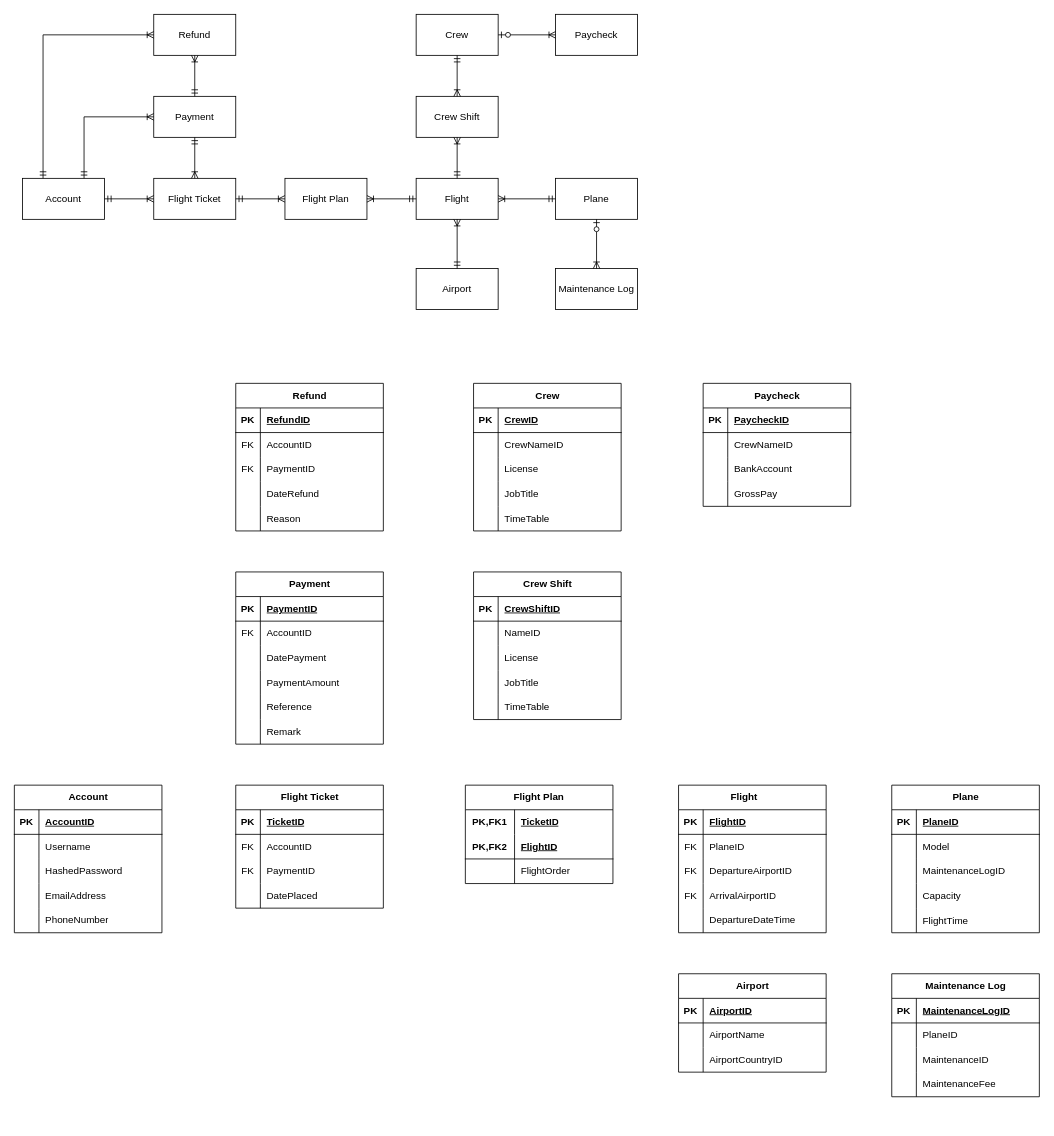
Above: erd_big.drawio in Poleric/database-design-assignment (draw.io), before the change. Source tidied: cells renumbered, new cells numbered last; positions are measured from the earlier drawing's top-left corner, leaving out a move shared by most shapes. Both pictures are drawn from the tidied source at 82%, with x=0, y=0 at pixel (14, 14).
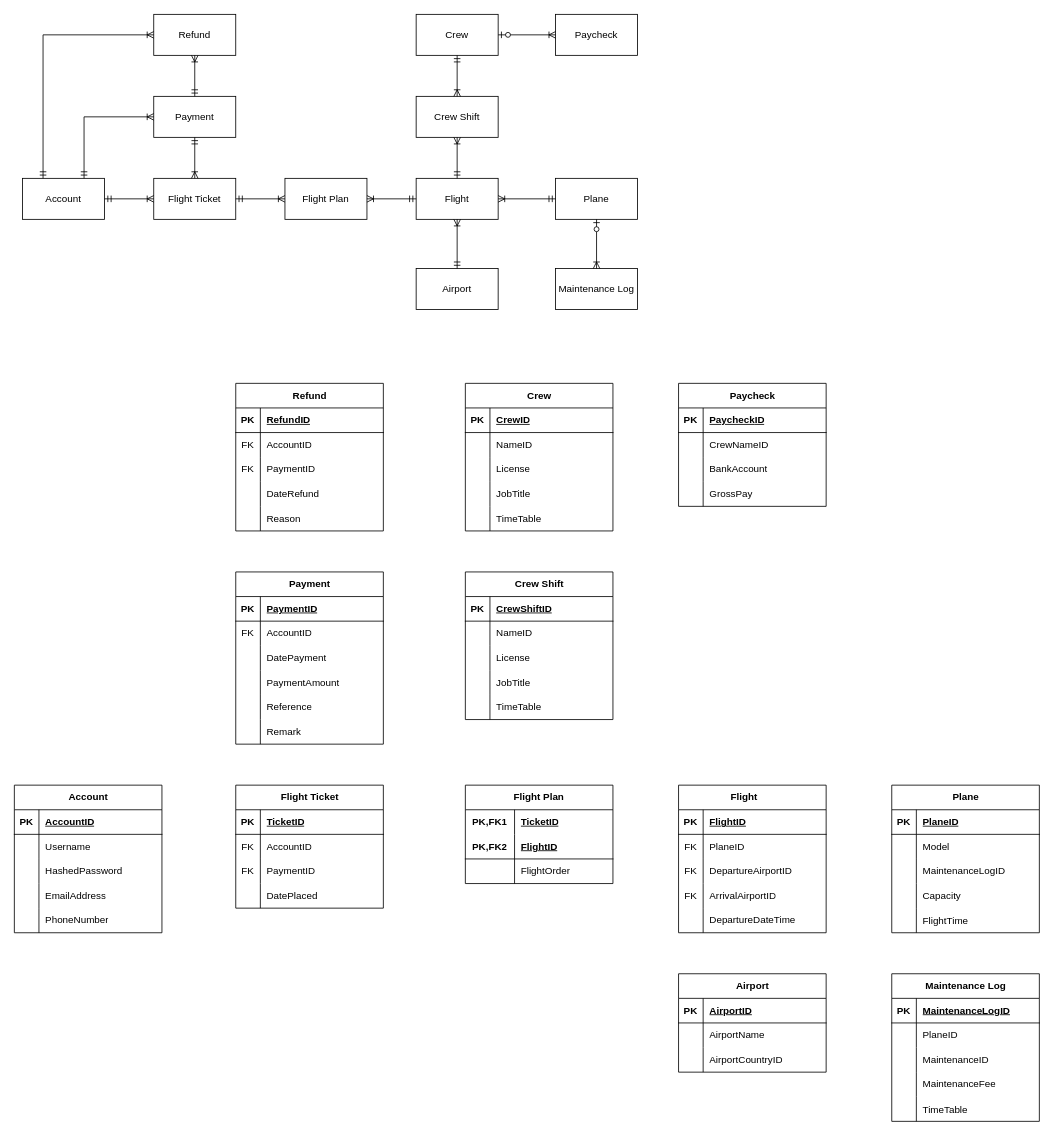
The same diagram, later.

Unchanged cells that the change refers to:
```xml
<mxCell id="147" style="shape=tableRow;horizontal=0;startSize=0;swimlaneHead=0;swimlaneBody=0;fillColor=none;top=0;left=0;right=0;bottom=0;" parent="143" vertex="1">
  <mxGeometry y="60" width="180" height="30" as="geometry" />
</mxCell>
```

What changed in the source:
```diff
@@
     <mxCell id="127" value="Crew Shift" style="shape=table;startSize=30;childLayout=tableLayout;rowLines=0;fontStyle=1;align=center;html=1;" parent="1" vertex="1">
-      <mxGeometry x="560" y="680" width="180" height="180" as="geometry" />
+      <mxGeometry x="550" y="680" width="180" height="180" as="geometry" />
     </mxCell>
@@
     <mxCell id="143" value="Crew" style="shape=table;startSize=30;childLayout=tableLayout;rowLines=0;fontStyle=1;align=center;html=1;" parent="1" vertex="1">
-      <mxGeometry x="560" y="450" width="180" height="180" as="geometry" />
+      <mxGeometry x="550" y="450" width="180" height="180" as="geometry" />
     </mxCell>
@@
-    <mxCell id="149" value="CrewNameID" style="shape=partialRectangle;fillColor=none;top=0;left=0;bottom=0;right=0;align=left;spacingLeft=6;overflow=hidden;whiteSpace=wrap;html=1;" parent="147" vertex="1">
+    <mxCell id="149" value="NameID" style="shape=partialRectangle;fillColor=none;top=0;left=0;bottom=0;right=0;align=left;spacingLeft=6;overflow=hidden;whiteSpace=wrap;html=1;" parent="147" vertex="1">
       <mxGeometry x="30" width="150" height="30" as="geometry" />
     </mxCell>
@@
     <mxCell id="159" value="Paycheck" style="shape=table;startSize=30;childLayout=tableLayout;rowLines=0;fontStyle=1;align=center;html=1;" parent="1" vertex="1">
-      <mxGeometry x="840" y="450" width="180" height="150" as="geometry" />
+      <mxGeometry x="810" y="450" width="180" height="150" as="geometry" />
     </mxCell>
@@
     <mxCell id="188" value="Maintenance Log" style="shape=table;startSize=30;childLayout=tableLayout;rowLines=0;fontStyle=1;align=center;html=1;" parent="1" vertex="1">
-      <mxGeometry x="1070" y="1170" width="180" height="150" as="geometry" />
+      <mxGeometry x="1070" y="1170" width="180" height="180" as="geometry" />
     </mxCell>
@@
+    <mxCell id="201" style="shape=tableRow;horizontal=0;startSize=0;swimlaneHead=0;swimlaneBody=0;fillColor=none;top=0;left=0;right=0;bottom=0;" parent="188" vertex="1">
+      <mxGeometry y="150" width="180" height="30" as="geometry" />
+    </mxCell>
+    <mxCell id="202" style="shape=partialRectangle;fillColor=none;top=0;left=0;bottom=0;right=0;overflow=hidden;" parent="201" vertex="1">
+      <mxGeometry width="30" height="30" as="geometry" />
+    </mxCell>
+    <mxCell id="203" value="TimeTable" style="shape=partialRectangle;fillColor=none;top=0;left=0;bottom=0;right=0;align=left;spacingLeft=6;overflow=hidden;" parent="201" vertex="1">
+      <mxGeometry x="30" width="150" height="30" as="geometry" />
+    </mxCell>
```
